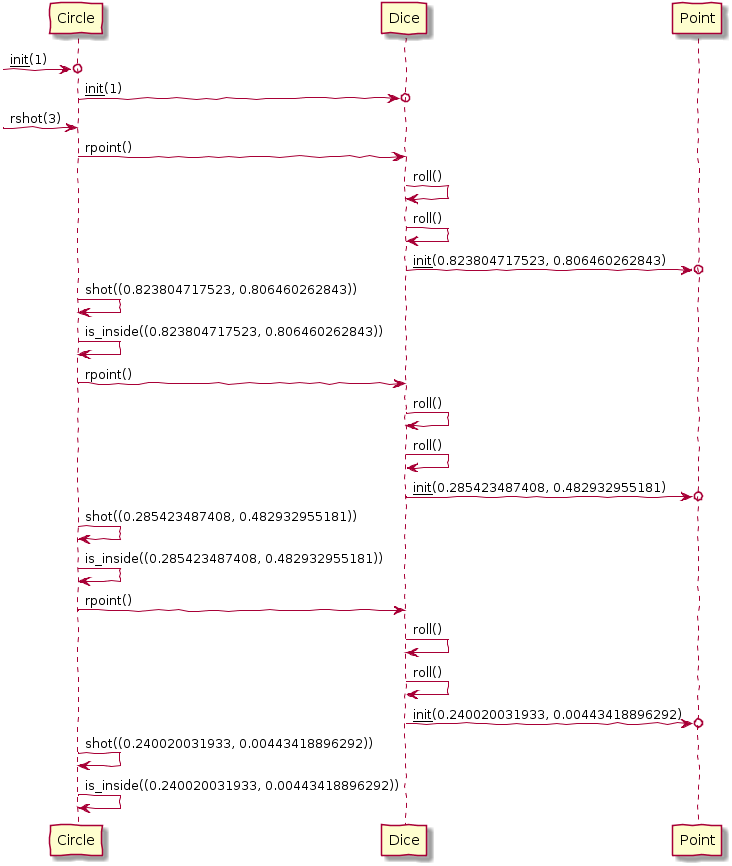
This is doc/example.autouml.png from ozroc/autouml, a PlantUML export, as it was before one commit. The source it was exported from:
```plantuml
@startuml

skinparam handwritten true
[->o  Circle: __init__(1)
Circle  ->o  Dice: __init__(1)
[->  Circle: rshot(3)
Circle  ->  Dice: rpoint()
Dice  ->  Dice: roll()
Dice  ->  Dice: roll()
Dice  ->o  Point: __init__(0.823804717523, 0.806460262843)
Circle  ->  Circle: shot((0.823804717523, 0.806460262843))
Circle  ->  Circle: is_inside((0.823804717523, 0.806460262843))
Circle  ->  Dice: rpoint()
Dice  ->  Dice: roll()
Dice  ->  Dice: roll()
Dice  ->o  Point: __init__(0.285423487408, 0.482932955181)
Circle  ->  Circle: shot((0.285423487408, 0.482932955181))
Circle  ->  Circle: is_inside((0.285423487408, 0.482932955181))
Circle  ->  Dice: rpoint()
Dice  ->  Dice: roll()
Dice  ->  Dice: roll()
Dice  ->o  Point: __init__(0.240020031933, 0.00443418896292)
Circle  ->  Circle: shot((0.240020031933, 0.00443418896292))
Circle  ->  Circle: is_inside((0.240020031933, 0.00443418896292))

@enduml
```
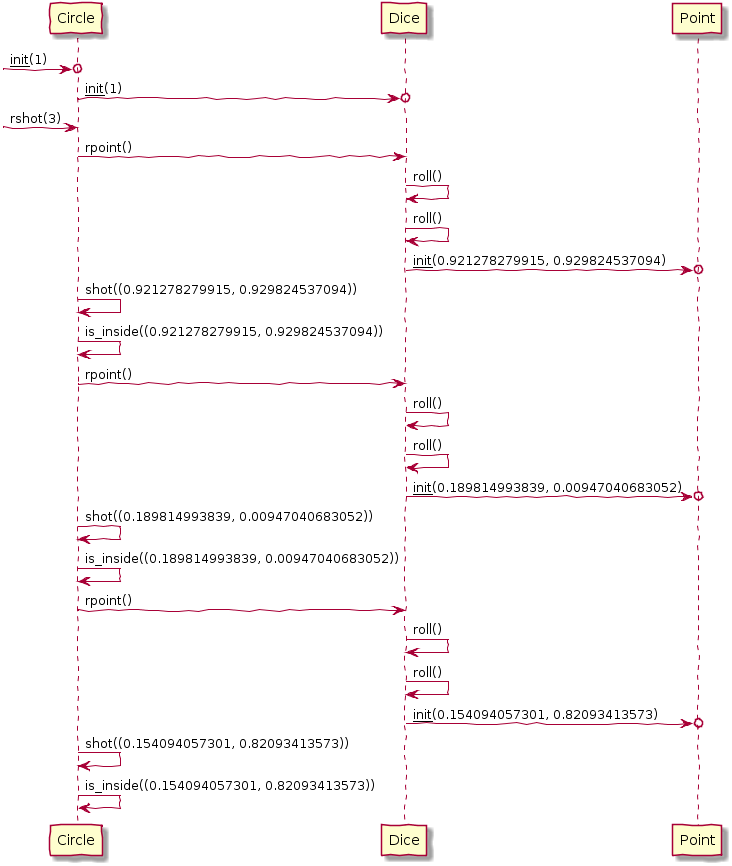
The same file after the commit.

Change to the diagram source:
```diff
@@ -1,26 +1,24 @@
 @startuml
-
 skinparam handwritten true
 [->o  Circle: __init__(1)
-Circle  ->o  Dice: __init__(1)
+ Circle->o  Dice: __init__(1)
 [->  Circle: rshot(3)
-Circle  ->  Dice: rpoint()
-Dice  ->  Dice: roll()
-Dice  ->  Dice: roll()
-Dice  ->o  Point: __init__(0.823804717523, 0.806460262843)
-Circle  ->  Circle: shot((0.823804717523, 0.806460262843))
-Circle  ->  Circle: is_inside((0.823804717523, 0.806460262843))
-Circle  ->  Dice: rpoint()
-Dice  ->  Dice: roll()
-Dice  ->  Dice: roll()
-Dice  ->o  Point: __init__(0.285423487408, 0.482932955181)
-Circle  ->  Circle: shot((0.285423487408, 0.482932955181))
-Circle  ->  Circle: is_inside((0.285423487408, 0.482932955181))
-Circle  ->  Dice: rpoint()
-Dice  ->  Dice: roll()
-Dice  ->  Dice: roll()
-Dice  ->o  Point: __init__(0.240020031933, 0.00443418896292)
-Circle  ->  Circle: shot((0.240020031933, 0.00443418896292))
-Circle  ->  Circle: is_inside((0.240020031933, 0.00443418896292))
-
+ Circle->  Dice: rpoint()
+ Dice->  Dice: roll()
+ Dice->  Dice: roll()
+ Dice->o  Point: __init__(0.921278279915, 0.929824537094)
+ Circle->  Circle: shot((0.921278279915, 0.929824537094))
+ Circle->  Circle: is_inside((0.921278279915, 0.929824537094))
+ Circle->  Dice: rpoint()
+ Dice->  Dice: roll()
+ Dice->  Dice: roll()
+ Dice->o  Point: __init__(0.189814993839, 0.00947040683052)
+ Circle->  Circle: shot((0.189814993839, 0.00947040683052))
+ Circle->  Circle: is_inside((0.189814993839, 0.00947040683052))
+ Circle->  Dice: rpoint()
+ Dice->  Dice: roll()
+ Dice->  Dice: roll()
+ Dice->o  Point: __init__(0.154094057301, 0.82093413573)
+ Circle->  Circle: shot((0.154094057301, 0.82093413573))
+ Circle->  Circle: is_inside((0.154094057301, 0.82093413573))
 @enduml
```
